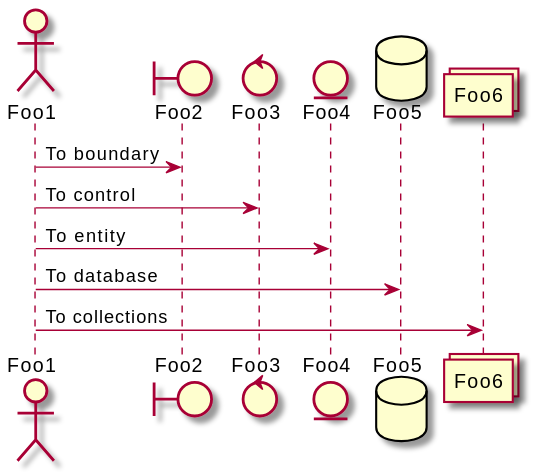
dspasojevic/plantuml-actions-test keeps this PlantUML diagram as example/md-sample-sequence.svg. Above is the earlier version.
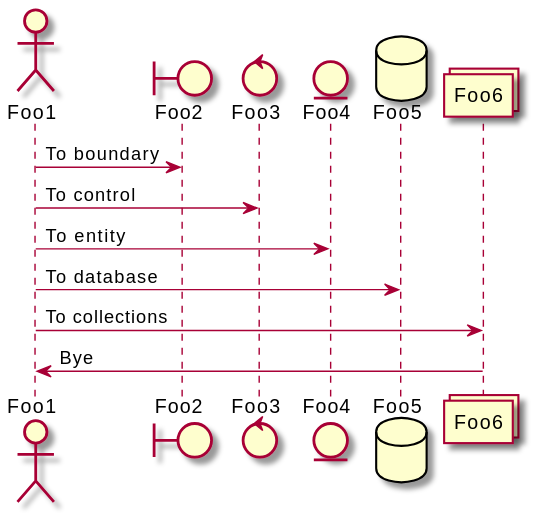
The same diagram one commit later.

Diff of the diagram source:
```diff
@@ -10,4 +10,5 @@
 Foo1 -> Foo4 : To entity
 Foo1 -> Foo5 : To database
 Foo1 -> Foo6 : To collections
+Foo6 -> Foo1 : Bye
 @enduml
```
